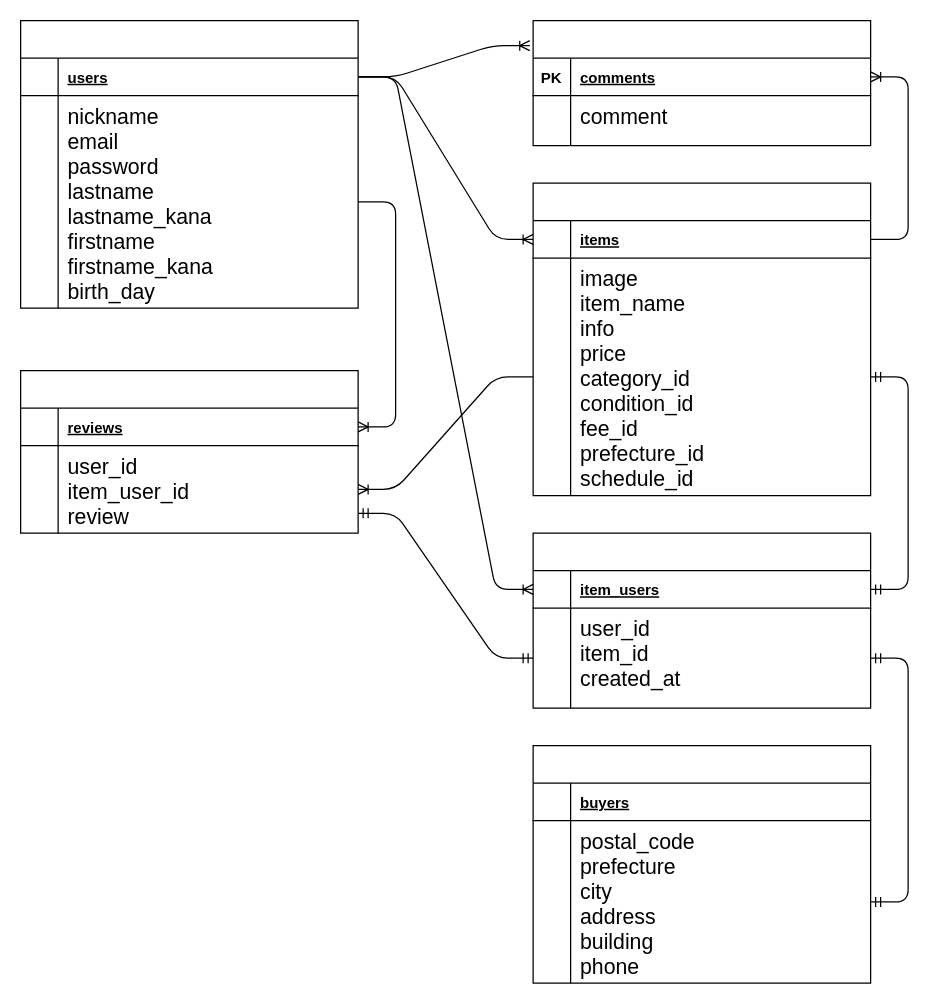
Before: furima.dio in IguchiRyo622/furima-31093, a draw.io diagram. Source tidied: cells renumbered, new cells numbered last; positions are measured from the earlier drawing's top-left corner, leaving out a move shared by most shapes. Both pictures are drawn from the tidied source at 125%, with x=0, y=0 at pixel (20, 20).
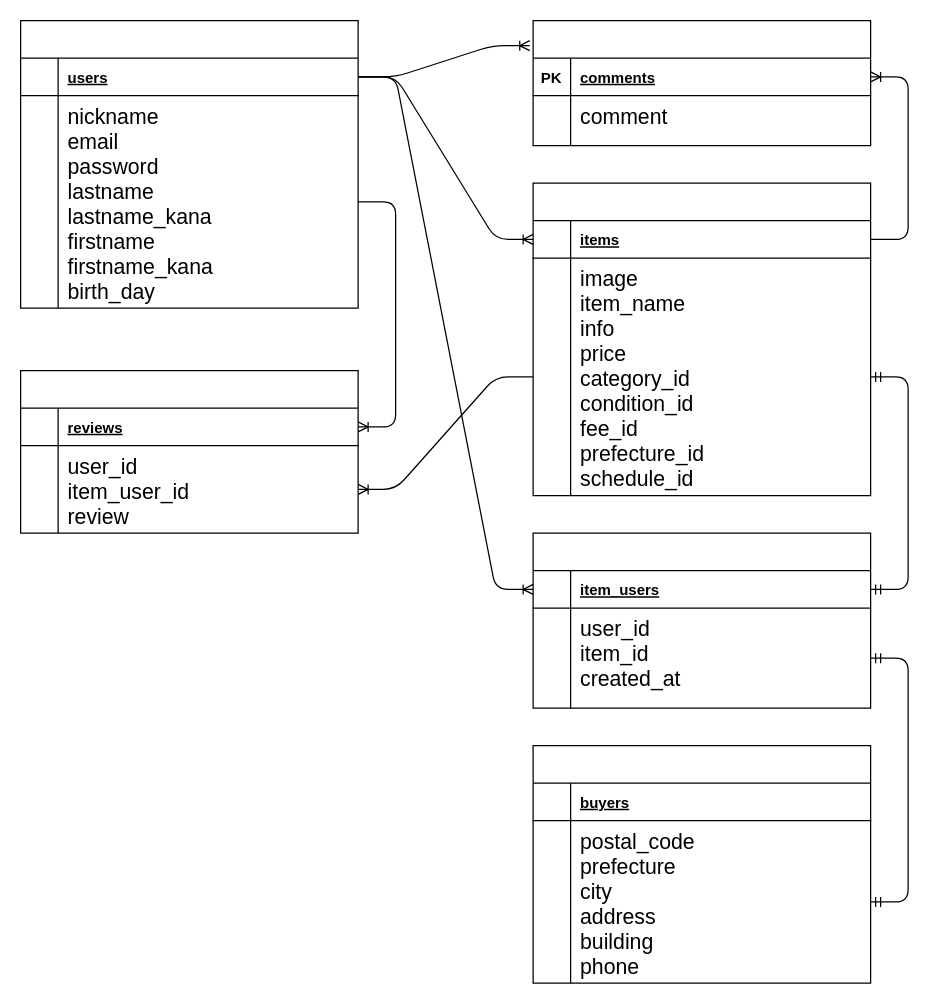
After the change.

Unchanged cells that the change refers to:
```xml
<mxCell id="33" style="shape=partialRectangle;fillColor=none;top=0;left=0;bottom=0;right=0;points=[[0,0.5],[1,0.5]];portConstraint=eastwest;" parent="29" vertex="1">
  <mxGeometry y="60" width="270" height="80" as="geometry" />
</mxCell>
<mxCell id="50" style="shape=partialRectangle;fillColor=none;top=0;left=0;bottom=0;right=0;points=[[0,0.5],[1,0.5]];portConstraint=eastwest;" parent="46" vertex="1">
  <mxGeometry y="60" width="270" height="70" as="geometry" />
</mxCell>
```

What changed in the source:
```diff
@@
-    <mxCell id="43" style="edgeStyle=entityRelationEdgeStyle;fontSize=12;html=1;endArrow=ERmandOne;startArrow=ERmandOne;exitX=1;exitY=0.773;exitDx=0;exitDy=0;exitPerimeter=0;" parent="1" edge="1" source="50" target="33">
-      <mxGeometry relative="1" as="geometry" />
-    </mxCell>
```
